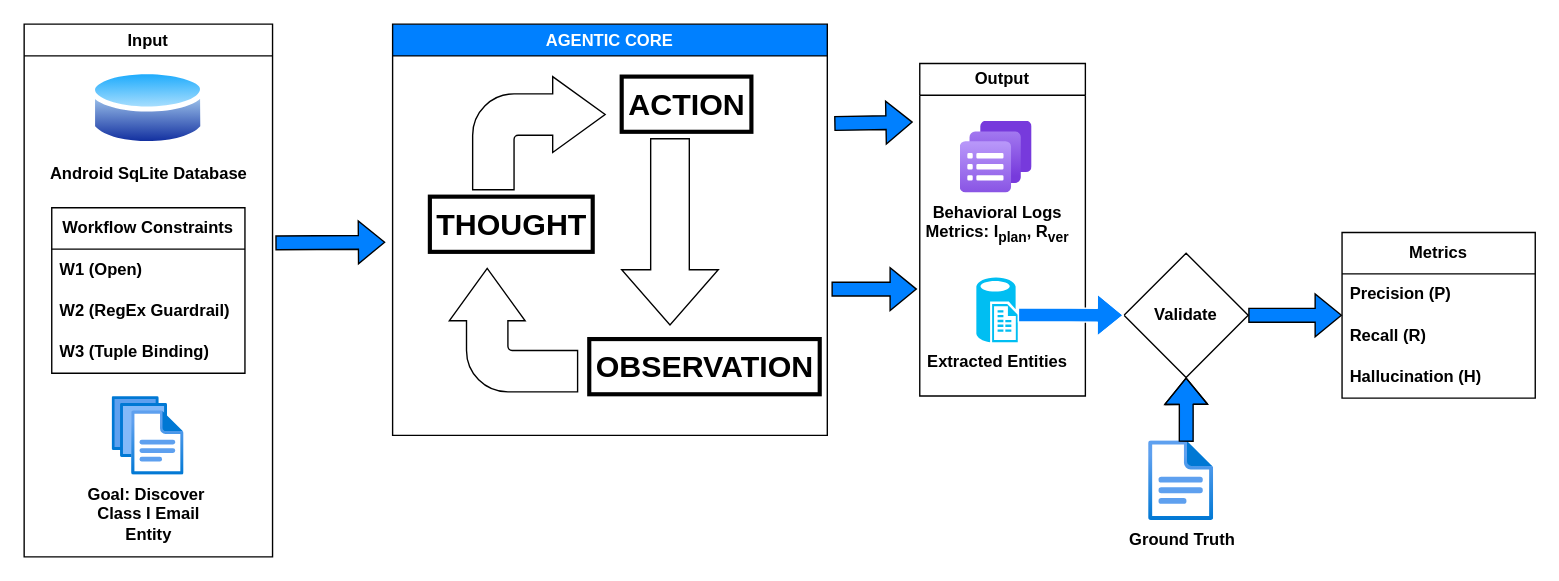
toyeafo/agentic-forensic-research keeps this draw.io diagram as page "Page-4" (2 of 2) of Agentic-Research.drawio. Above is the earlier version. Source tidied: cells renumbered, new cells numbered last; positions are measured from the earlier drawing's top-left corner, leaving out a move shared by most shapes. Both pictures are drawn from the tidied source at 138%, with x=0, y=0 at pixel (23, 23).
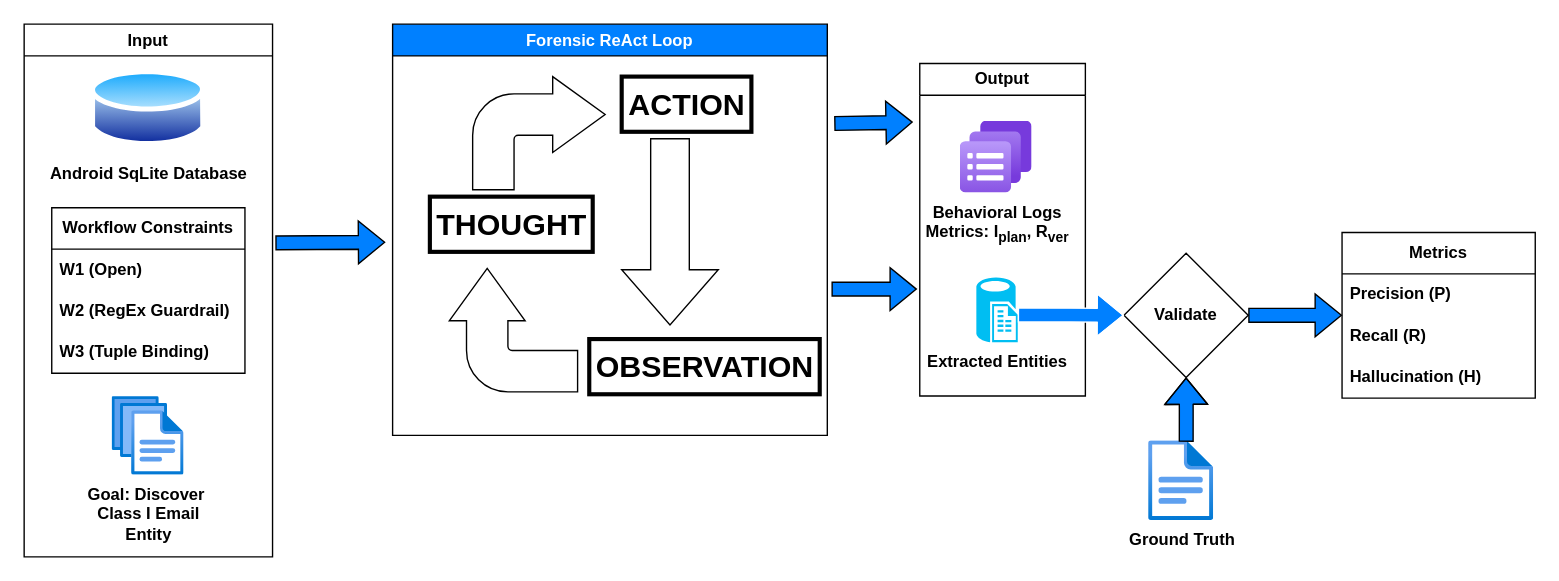
After the change.

Change to the diagram source:
```diff
@@
-    <mxCell id="3" value="AGENTIC CORE" style="swimlane;whiteSpace=wrap;html=1;fillColor=#0080FF;fontColor=#FFFFFF;" parent="1" vertex="1">
+    <mxCell id="3" value="&lt;b&gt;Forensic ReAct Loop&lt;/b&gt;" style="swimlane;whiteSpace=wrap;html=1;fillColor=#0080FF;fontColor=#FFFFFF;" parent="1" vertex="1">
       <mxGeometry x="267" width="315" height="298" as="geometry" />
     </mxCell>
```
